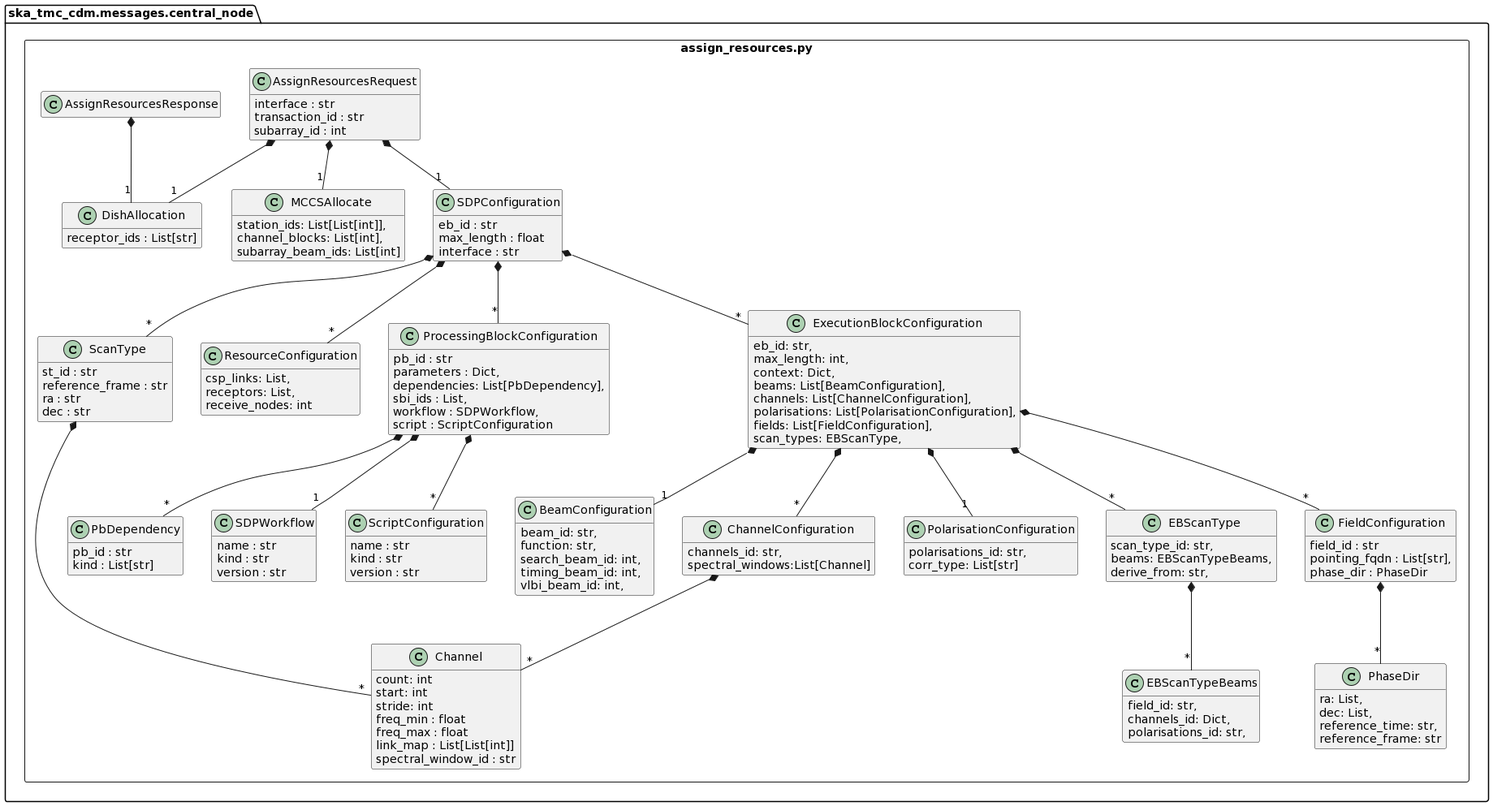
ska-telescope/cdm-shared-library keeps this PlantUML diagram as docs/src/developer/centralnode/assignresources.png. Above is the earlier version.
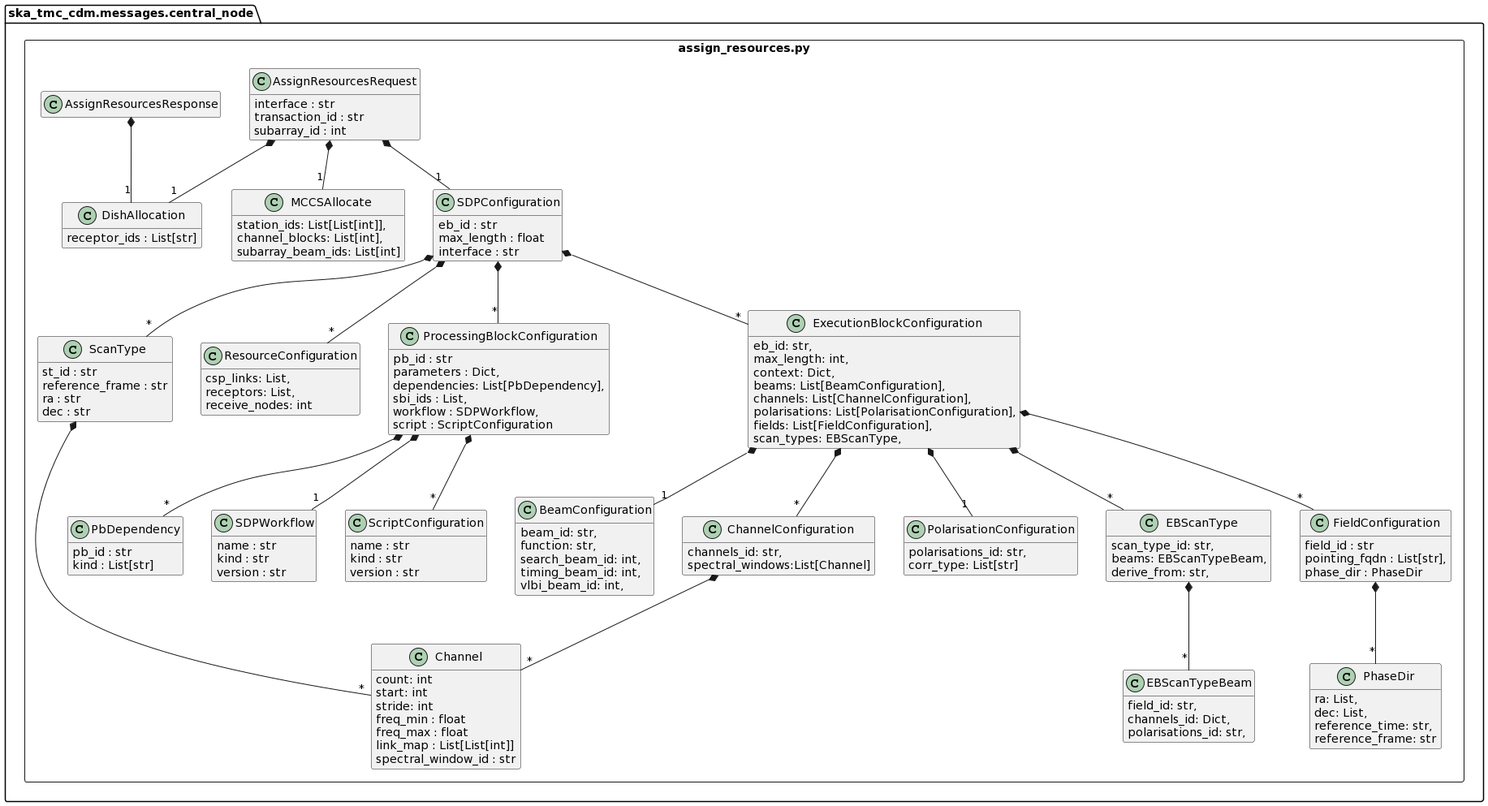
Above is the later version.

Commit message:
NAK-111 Changed EBScanTypeBeams to EBScanTypeBeam for schema and message classes

What changed in the source:
```diff
@@ -64,17 +64,17 @@
             polarisations_id: str,
             corr_type: List[str]
         }
-        class EBScanTypeBeams {
+        class EBScanTypeBeam {
             field_id: str,
             channels_id: Dict,
             polarisations_id: str,
         }
         class EBScanType {
             scan_type_id: str,
-            beams: EBScanTypeBeams,
+            beams: EBScanTypeBeam,
             derive_from: str,
         }
-        EBScanType  *-- "*" EBScanTypeBeams
+        EBScanType  *-- "*" EBScanTypeBeam
 
         class FieldConfiguration {
             field_id : str
```
